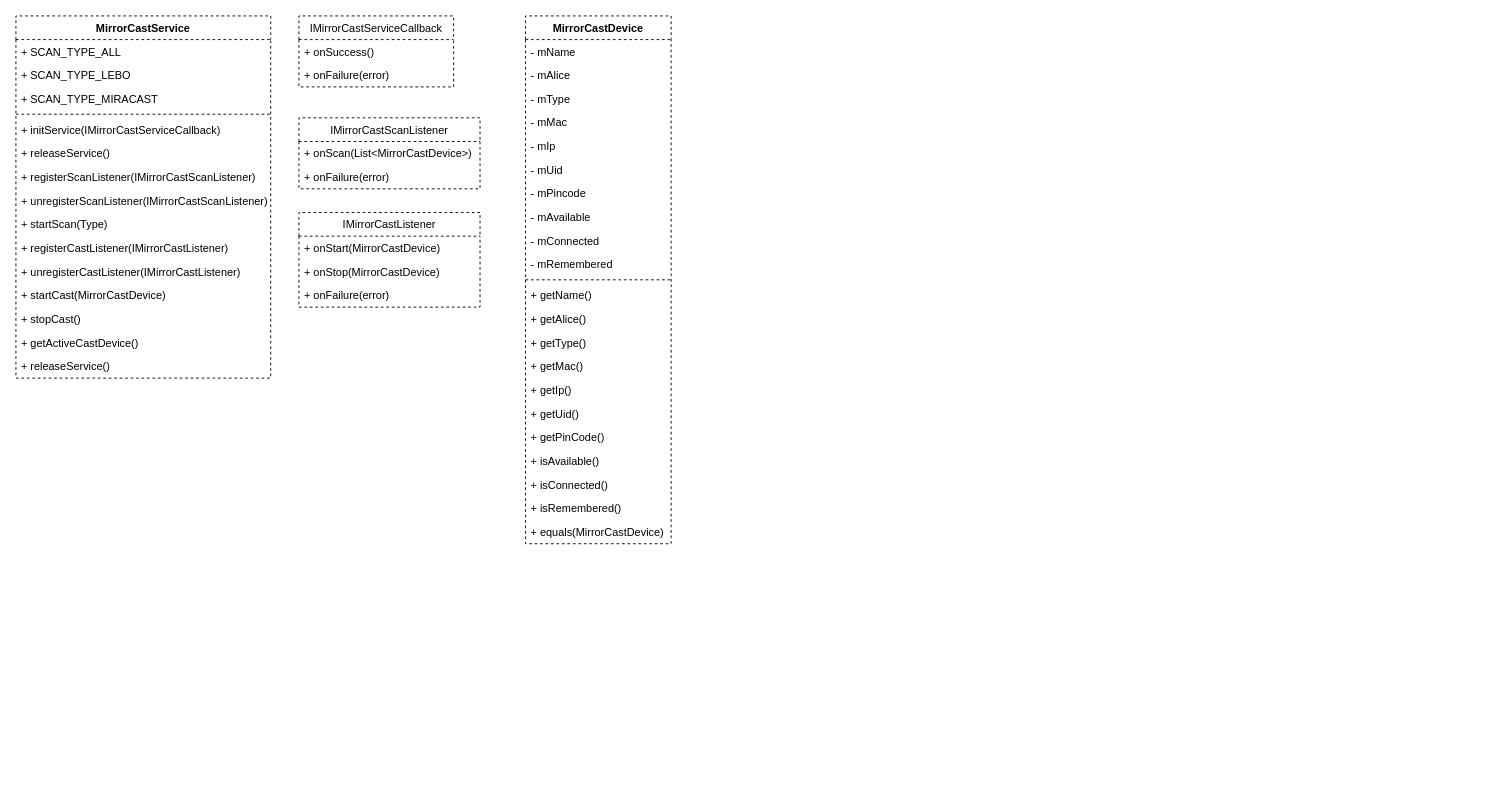
This is page "VR" (3 of 3) of cast.drawio from Sejutor/visio, a draw.io file, before an edit. Source tidied: cells renumbered, new cells numbered last; positions are measured from the earlier drawing's top-left corner, leaving out a move shared by most shapes. Both pictures are drawn from the tidied source at 91%, with x=0, y=0 at pixel (15, 15).
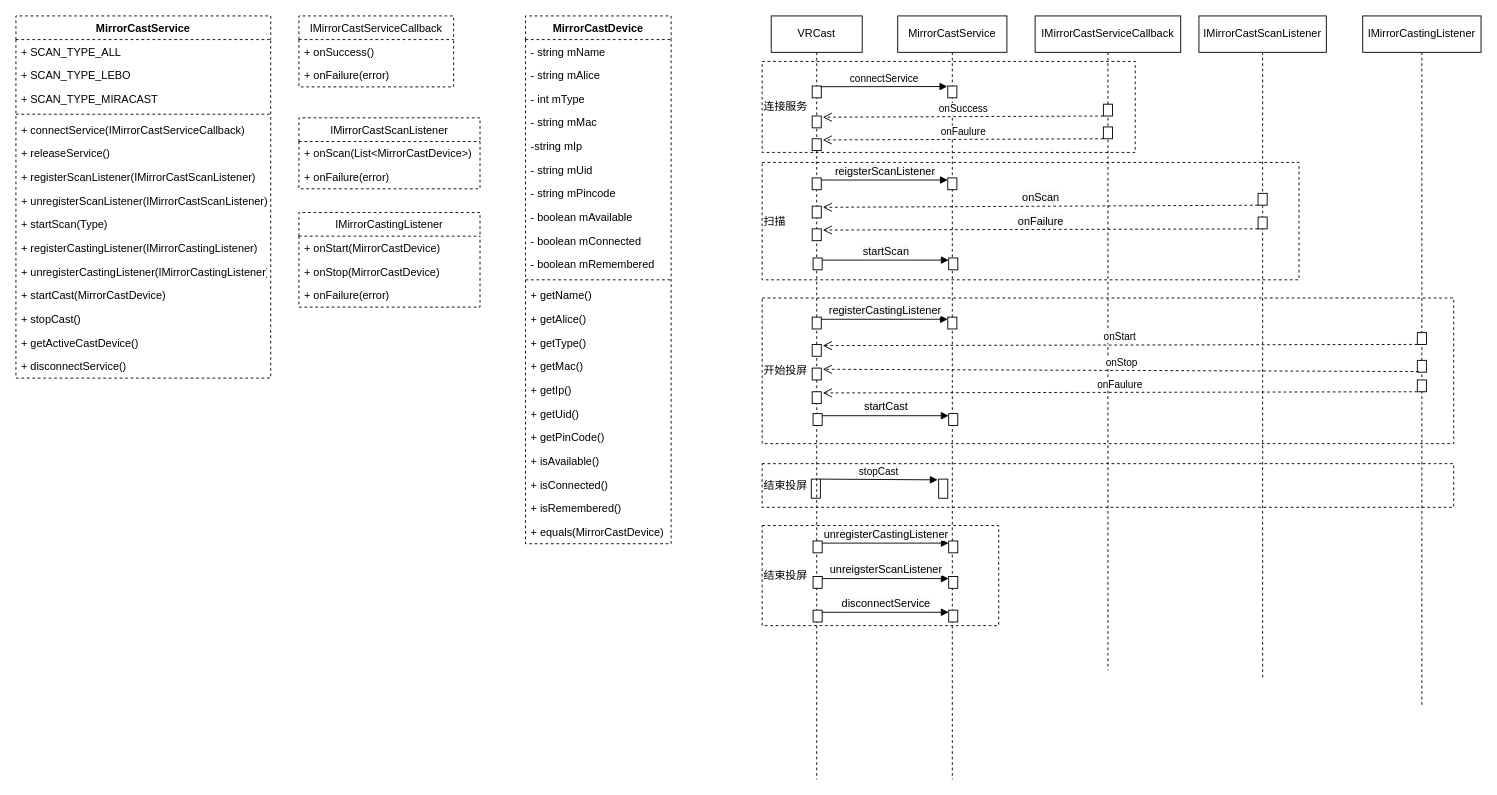
The same diagram, later.

The change refers to these unchanged cells:
```xml
<mxCell id="2" value="MirrorCastService" style="swimlane;fontStyle=1;align=center;verticalAlign=top;horizontal=1;startSize=26;dashed=1;" parent="1" vertex="1">
  <mxGeometry width="280" height="398" as="geometry" />
</mxCell>
<mxCell id="18" value="MirrorCastDevice" style="swimlane;fontStyle=1;align=center;verticalAlign=top;horizontal=1;startSize=26;dashed=1;" parent="1" vertex="1">
  <mxGeometry x="560" width="160" height="580" as="geometry" />
</mxCell>
```

Diff of the diagram source:
```diff
@@
+    <mxCell id="51" value="结束投屏" style="rounded=0;whiteSpace=wrap;html=1;dashed=1;align=left;" parent="1" vertex="1">
+      <mxGeometry x="820" y="560" width="260" height="110" as="geometry" />
+    </mxCell>
+    <mxCell id="52" value="连接服务" style="rounded=0;whiteSpace=wrap;html=1;dashed=1;align=left;" parent="1" vertex="1">
+      <mxGeometry x="820" y="50" width="410" height="100" as="geometry" />
+    </mxCell>
@@
-    <mxCell id="7" value="+ initService(IMirrorCastServiceCallback)" style="text;strokeColor=none;fillColor=none;align=left;verticalAlign=top;spacingLeft=4;spacingRight=4;overflow=hidden;dashed=1;" parent="2" vertex="1">
+    <mxCell id="7" value="+ connectService(IMirrorCastServiceCallback)" style="text;strokeColor=none;fillColor=none;align=left;verticalAlign=top;spacingLeft=4;spacingRight=4;overflow=hidden;dashed=1;" parent="2" vertex="1">
       <mxGeometry y="112" width="280" height="26" as="geometry" />
     </mxCell>
@@
-    <mxCell id="12" value="+ registerCastListener(IMirrorCastListener)" style="text;strokeColor=none;fillColor=none;align=left;verticalAlign=top;spacingLeft=4;spacingRight=4;overflow=hidden;dashed=1;" parent="2" vertex="1">
+    <mxCell id="12" value="+ registerCastingListener(IMirrorCastingListener)" style="text;strokeColor=none;fillColor=none;align=left;verticalAlign=top;spacingLeft=4;spacingRight=4;overflow=hidden;dashed=1;" parent="2" vertex="1">
       <mxGeometry y="242" width="280" height="26" as="geometry" />
     </mxCell>
-    <mxCell id="13" value="+ unregisterCastListener(IMirrorCastListener)" style="text;strokeColor=none;fillColor=none;align=left;verticalAlign=top;spacingLeft=4;spacingRight=4;overflow=hidden;dashed=1;" parent="2" vertex="1">
+    <mxCell id="13" value="+ unregisterCastingListener(IMirrorCastingListener)" style="text;strokeColor=none;fillColor=none;align=left;verticalAlign=top;spacingLeft=4;spacingRight=4;overflow=hidden;dashed=1;" parent="2" vertex="1">
       <mxGeometry y="268" width="280" height="26" as="geometry" />
     </mxCell>
@@
-    <mxCell id="17" value="+ releaseService()" style="text;strokeColor=none;fillColor=none;align=left;verticalAlign=top;spacingLeft=4;spacingRight=4;overflow=hidden;dashed=1;" parent="2" vertex="1">
+    <mxCell id="17" value="+ disconnectService()" style="text;strokeColor=none;fillColor=none;align=left;verticalAlign=top;spacingLeft=4;spacingRight=4;overflow=hidden;dashed=1;" parent="2" vertex="1">
       <mxGeometry y="372" width="280" height="26" as="geometry" />
     </mxCell>
@@
-    <mxCell id="19" value="- mName" style="text;strokeColor=none;fillColor=none;align=left;verticalAlign=top;spacingLeft=4;spacingRight=4;overflow=hidden;dashed=1;" parent="18" vertex="1">
+    <mxCell id="19" value="- string mName" style="text;strokeColor=none;fillColor=none;align=left;verticalAlign=top;spacingLeft=4;spacingRight=4;overflow=hidden;dashed=1;" parent="18" vertex="1">
       <mxGeometry y="26" width="160" height="26" as="geometry" />
     </mxCell>
-    <mxCell id="20" value="- mAlice" style="text;strokeColor=none;fillColor=none;align=left;verticalAlign=top;spacingLeft=4;spacingRight=4;overflow=hidden;dashed=1;" parent="18" vertex="1">
+    <mxCell id="20" value="- string mAlice" style="text;strokeColor=none;fillColor=none;align=left;verticalAlign=top;spacingLeft=4;spacingRight=4;overflow=hidden;dashed=1;" parent="18" vertex="1">
       <mxGeometry y="52" width="160" height="26" as="geometry" />
     </mxCell>
-    <mxCell id="21" value="- mType" style="text;strokeColor=none;fillColor=none;align=left;verticalAlign=top;spacingLeft=4;spacingRight=4;overflow=hidden;dashed=1;" parent="18" vertex="1">
+    <mxCell id="21" value="- int mType" style="text;strokeColor=none;fillColor=none;align=left;verticalAlign=top;spacingLeft=4;spacingRight=4;overflow=hidden;dashed=1;" parent="18" vertex="1">
       <mxGeometry y="78" width="160" height="26" as="geometry" />
     </mxCell>
-    <mxCell id="22" value="- mMac" style="text;strokeColor=none;fillColor=none;align=left;verticalAlign=top;spacingLeft=4;spacingRight=4;overflow=hidden;dashed=1;" parent="18" vertex="1">
+    <mxCell id="22" value="- string mMac" style="text;strokeColor=none;fillColor=none;align=left;verticalAlign=top;spacingLeft=4;spacingRight=4;overflow=hidden;dashed=1;" parent="18" vertex="1">
       <mxGeometry y="104" width="160" height="26" as="geometry" />
     </mxCell>
-    <mxCell id="23" value="- mIp" style="text;strokeColor=none;fillColor=none;align=left;verticalAlign=top;spacingLeft=4;spacingRight=4;overflow=hidden;dashed=1;" parent="18" vertex="1">
+    <mxCell id="23" value="-string mIp" style="text;strokeColor=none;fillColor=none;align=left;verticalAlign=top;spacingLeft=4;spacingRight=4;overflow=hidden;dashed=1;" parent="18" vertex="1">
       <mxGeometry y="130" width="160" height="26" as="geometry" />
     </mxCell>
-    <mxCell id="24" value="- mUid" style="text;strokeColor=none;fillColor=none;align=left;verticalAlign=top;spacingLeft=4;spacingRight=4;overflow=hidden;dashed=1;" parent="18" vertex="1">
+    <mxCell id="24" value="- string mUid" style="text;strokeColor=none;fillColor=none;align=left;verticalAlign=top;spacingLeft=4;spacingRight=4;overflow=hidden;dashed=1;" parent="18" vertex="1">
       <mxGeometry y="156" width="160" height="26" as="geometry" />
     </mxCell>
-    <mxCell id="25" value="- mPincode" style="text;strokeColor=none;fillColor=none;align=left;verticalAlign=top;spacingLeft=4;spacingRight=4;overflow=hidden;dashed=1;" parent="18" vertex="1">
+    <mxCell id="25" value="- string mPincode" style="text;strokeColor=none;fillColor=none;align=left;verticalAlign=top;spacingLeft=4;spacingRight=4;overflow=hidden;dashed=1;" parent="18" vertex="1">
       <mxGeometry y="182" width="160" height="26" as="geometry" />
     </mxCell>
-    <mxCell id="26" value="- mAvailable" style="text;strokeColor=none;fillColor=none;align=left;verticalAlign=top;spacingLeft=4;spacingRight=4;overflow=hidden;dashed=1;" parent="18" vertex="1">
+    <mxCell id="26" value="- boolean mAvailable" style="text;strokeColor=none;fillColor=none;align=left;verticalAlign=top;spacingLeft=4;spacingRight=4;overflow=hidden;dashed=1;" parent="18" vertex="1">
       <mxGeometry y="208" width="160" height="26" as="geometry" />
     </mxCell>
-    <mxCell id="27" value="- mConnected" style="text;strokeColor=none;fillColor=none;align=left;verticalAlign=top;spacingLeft=4;spacingRight=4;overflow=hidden;dashed=1;" parent="18" vertex="1">
+    <mxCell id="27" value="- boolean mConnected" style="text;strokeColor=none;fillColor=none;align=left;verticalAlign=top;spacingLeft=4;spacingRight=4;overflow=hidden;dashed=1;" parent="18" vertex="1">
       <mxGeometry y="234" width="160" height="26" as="geometry" />
     </mxCell>
-    <mxCell id="28" value="- mRemembered" style="text;strokeColor=none;fillColor=none;align=left;verticalAlign=top;spacingLeft=4;spacingRight=4;overflow=hidden;dashed=1;" parent="18" vertex="1">
+    <mxCell id="28" value="- boolean mRemembered" style="text;strokeColor=none;fillColor=none;align=left;verticalAlign=top;spacingLeft=4;spacingRight=4;overflow=hidden;dashed=1;" parent="18" vertex="1">
       <mxGeometry y="260" width="160" height="26" as="geometry" />
     </mxCell>
@@
-    <mxCell id="47" value="IMirrorCastListener" style="swimlane;fontStyle=0;horizontal=1;startSize=26;fillColor=none;dashed=1;" parent="1" vertex="1">
+    <mxCell id="47" value="IMirrorCastingListener" style="swimlane;fontStyle=0;horizontal=1;startSize=26;fillColor=none;dashed=1;" parent="1" vertex="1">
       <mxGeometry x="311" y="216" width="199" height="104" as="geometry" />
     </mxCell>
@@
+    <mxCell id="53" value="结束投屏" style="rounded=0;whiteSpace=wrap;html=1;dashed=1;align=left;" parent="1" vertex="1">
+      <mxGeometry x="820" y="492" width="760" height="48" as="geometry" />
+    </mxCell>
+    <mxCell id="54" value="开始投屏" style="rounded=0;whiteSpace=wrap;html=1;dashed=1;align=left;" parent="1" vertex="1">
+      <mxGeometry x="820" y="310" width="760" height="160" as="geometry" />
+    </mxCell>
+    <mxCell id="55" value="扫描" style="rounded=0;whiteSpace=wrap;html=1;dashed=1;align=left;" parent="1" vertex="1">
+      <mxGeometry x="820" y="161" width="590" height="129" as="geometry" />
+    </mxCell>
+    <mxCell id="56" value="&lt;span style=&quot;&quot;&gt;MirrorCastService&lt;/span&gt;" style="shape=umlLifeline;perimeter=lifelinePerimeter;whiteSpace=wrap;html=1;fontStyle=0;" parent="1" vertex="1">
+      <mxGeometry x="969" width="120" height="839" as="geometry" />
+    </mxCell>
+    <mxCell id="57" style="html=1;points=[];perimeter=orthogonalPerimeter;" parent="56" vertex="1">
+      <mxGeometry x="55" y="77" width="10" height="13" as="geometry" />
+    </mxCell>
+    <mxCell id="58" style="html=1;perimeter=orthogonalPerimeter;" parent="56" vertex="1">
+      <mxGeometry x="45" y="509" width="10" height="21" as="geometry" />
+    </mxCell>
+    <mxCell id="59" style="html=1;perimeter=orthogonalPerimeter;" parent="56" vertex="1">
+      <mxGeometry x="-95" y="509" width="10" height="21" as="geometry" />
+    </mxCell>
+    <mxCell id="60" value="stopCast" style="html=1;verticalAlign=bottom;endArrow=block;rounded=0;exitX=1.056;exitY=0.164;exitDx=0;exitDy=0;exitPerimeter=0;entryX=-0.051;entryY=0.219;entryDx=0;entryDy=0;entryPerimeter=0;" parent="56" edge="1">
+      <mxGeometry y="-1" relative="1" as="geometry">
+        <mxPoint x="-85" y="509" as="sourcePoint" />
+        <mxPoint x="43.9" y="509.8" as="targetPoint" />
+      </mxGeometry>
+    </mxCell>
+    <mxCell id="61" value="VRCast" style="shape=umlLifeline;perimeter=lifelinePerimeter;whiteSpace=wrap;html=1;" parent="1" vertex="1">
+      <mxGeometry x="830" width="100" height="839" as="geometry" />
+    </mxCell>
+    <mxCell id="62" style="html=1;points=[];perimeter=orthogonalPerimeter;" parent="61" vertex="1">
+      <mxGeometry x="45" y="77" width="10" height="13" as="geometry" />
+    </mxCell>
+    <mxCell id="63" style="html=1;perimeter=orthogonalPerimeter;" parent="61" vertex="1">
+      <mxGeometry x="45" y="110" width="10" height="13" as="geometry" />
+    </mxCell>
+    <mxCell id="64" value="connectService" style="html=1;verticalAlign=bottom;endArrow=block;rounded=0;exitX=0.95;exitY=0.06;exitDx=0;exitDy=0;exitPerimeter=0;entryX=-0.05;entryY=0.044;entryDx=0;entryDy=0;entryPerimeter=0;" parent="1" edge="1" source="62" target="57">
+      <mxGeometry relative="1" as="geometry" />
+    </mxCell>
+    <mxCell id="65" value="IMirrorCastServiceCallback" style="shape=umlLifeline;perimeter=lifelinePerimeter;whiteSpace=wrap;html=1;" parent="1" vertex="1">
+      <mxGeometry x="1120" width="160" height="719" as="geometry" />
+    </mxCell>
+    <mxCell id="66" value="onSuccess" style="html=1;verticalAlign=bottom;endArrow=open;dashed=1;endSize=8;rounded=0;entryX=1.158;entryY=0.126;entryDx=0;entryDy=0;entryPerimeter=0;startArrow=none;" parent="1" edge="1" source="74">
+      <mxGeometry relative="1" as="geometry">
+        <mxPoint x="886.6" y="111.3" as="targetPoint" />
+      </mxGeometry>
+    </mxCell>
+    <mxCell id="67" value="IMirrorCastScanListener" style="shape=umlLifeline;perimeter=lifelinePerimeter;whiteSpace=wrap;html=1;" parent="1" vertex="1">
+      <mxGeometry x="1300" width="140" height="729" as="geometry" />
+    </mxCell>
+    <mxCell id="68" style="html=1;points=[];perimeter=orthogonalPerimeter;" parent="67" vertex="1">
+      <mxGeometry x="65" y="195" width="10" height="13" as="geometry" />
+    </mxCell>
+    <mxCell id="69" style="html=1;points=[];perimeter=orthogonalPerimeter;" parent="67" vertex="1">
+      <mxGeometry x="65" y="221" width="10" height="13" as="geometry" />
+    </mxCell>
+    <mxCell id="70" value="IMirrorCastingListener" style="shape=umlLifeline;perimeter=lifelinePerimeter;whiteSpace=wrap;html=1;" parent="1" vertex="1">
+      <mxGeometry x="1480" width="130" height="759" as="geometry" />
+    </mxCell>
+    <mxCell id="71" style="html=1;points=[];perimeter=orthogonalPerimeter;" parent="70" vertex="1">
+      <mxGeometry x="60" y="348" width="10" height="13" as="geometry" />
+    </mxCell>
+    <mxCell id="72" style="html=1;points=[];perimeter=orthogonalPerimeter;" parent="70" vertex="1">
+      <mxGeometry x="60" y="378.5" width="10" height="13" as="geometry" />
+    </mxCell>
+    <mxCell id="73" style="html=1;points=[];perimeter=orthogonalPerimeter;" parent="70" vertex="1">
+      <mxGeometry x="60" y="400" width="10" height="13" as="geometry" />
+    </mxCell>
+    <mxCell id="74" style="html=1;points=[];perimeter=orthogonalPerimeter;" parent="1" vertex="1">
+      <mxGeometry x="1195" y="97" width="10" height="13" as="geometry" />
+    </mxCell>
+    <mxCell id="75" style="html=1;perimeter=orthogonalPerimeter;" parent="1" vertex="1">
+      <mxGeometry x="875" y="135" width="10" height="13" as="geometry" />
+    </mxCell>
+    <mxCell id="76" value="onFaulure" style="html=1;verticalAlign=bottom;endArrow=open;dashed=1;endSize=8;rounded=0;entryX=1.158;entryY=0.126;entryDx=0;entryDy=0;entryPerimeter=0;startArrow=none;" parent="1" edge="1" source="77">
+      <mxGeometry relative="1" as="geometry">
+        <mxPoint x="886.6" y="136.3" as="targetPoint" />
+      </mxGeometry>
+    </mxCell>
+    <mxCell id="77" style="html=1;points=[];perimeter=orthogonalPerimeter;" parent="1" vertex="1">
+      <mxGeometry x="1195" y="122" width="10" height="13" as="geometry" />
+    </mxCell>
+    <mxCell id="78" style="html=1;points=[];perimeter=orthogonalPerimeter;" parent="1" vertex="1">
+      <mxGeometry x="1024" y="178" width="10" height="13" as="geometry" />
+    </mxCell>
+    <mxCell id="79" style="html=1;points=[];perimeter=orthogonalPerimeter;" parent="1" vertex="1">
+      <mxGeometry x="875" y="178" width="10" height="13" as="geometry" />
+    </mxCell>
+    <mxCell id="80" style="html=1;perimeter=orthogonalPerimeter;" parent="1" vertex="1">
+      <mxGeometry x="875" y="209" width="10" height="13" as="geometry" />
+    </mxCell>
+    <mxCell id="81" value="&lt;span style=&quot;font-size: 12px ; text-align: left ; background-color: rgb(248 , 249 , 250)&quot;&gt;onScan&lt;/span&gt;" style="html=1;verticalAlign=bottom;endArrow=open;dashed=1;endSize=8;rounded=0;entryX=1.158;entryY=0.126;entryDx=0;entryDy=0;entryPerimeter=0;startArrow=none;" parent="1" edge="1" source="68">
+      <mxGeometry relative="1" as="geometry">
+        <mxPoint x="886.6" y="210.3" as="targetPoint" />
+      </mxGeometry>
+    </mxCell>
+    <mxCell id="82" style="html=1;perimeter=orthogonalPerimeter;" parent="1" vertex="1">
+      <mxGeometry x="875" y="234" width="10" height="13" as="geometry" />
+    </mxCell>
+    <mxCell id="83" value="&lt;span style=&quot;font-size: 12px ; text-align: left ; background-color: rgb(248 , 249 , 250)&quot;&gt;onFailure&lt;/span&gt;" style="html=1;verticalAlign=bottom;endArrow=open;dashed=1;endSize=8;rounded=0;entryX=1.158;entryY=0.126;entryDx=0;entryDy=0;entryPerimeter=0;startArrow=none;" parent="1" edge="1" source="69">
+      <mxGeometry relative="1" as="geometry">
+        <mxPoint x="886.6" y="235.3" as="targetPoint" />
+      </mxGeometry>
+    </mxCell>
+    <mxCell id="84" value="&lt;span style=&quot;font-size: 12px ; text-align: left ; background-color: rgb(248 , 249 , 250)&quot;&gt;reigsterScanListener&lt;/span&gt;" style="html=1;verticalAlign=bottom;endArrow=block;rounded=0;exitX=1;exitY=0.179;exitDx=0;exitDy=0;exitPerimeter=0;entryX=0;entryY=0.179;entryDx=0;entryDy=0;entryPerimeter=0;" parent="1" edge="1" source="79" target="78">
+      <mxGeometry relative="1" as="geometry" />
+    </mxCell>
+    <mxCell id="85" style="html=1;points=[];perimeter=orthogonalPerimeter;" parent="1" vertex="1">
+      <mxGeometry x="1025" y="653" width="10" height="13" as="geometry" />
+    </mxCell>
+    <mxCell id="86" style="html=1;points=[];perimeter=orthogonalPerimeter;" parent="1" vertex="1">
+      <mxGeometry x="876" y="653" width="10" height="13" as="geometry" />
+    </mxCell>
+    <mxCell id="87" value="&lt;span style=&quot;font-size: 12px ; text-align: left ; background-color: rgb(248 , 249 , 250)&quot;&gt;disconnectService&lt;/span&gt;" style="html=1;verticalAlign=bottom;endArrow=block;rounded=0;exitX=1;exitY=0.179;exitDx=0;exitDy=0;exitPerimeter=0;entryX=0;entryY=0.179;entryDx=0;entryDy=0;entryPerimeter=0;" parent="1" edge="1" source="86" target="85">
+      <mxGeometry relative="1" as="geometry" />
+    </mxCell>
+    <mxCell id="88" style="html=1;points=[];perimeter=orthogonalPerimeter;" parent="1" vertex="1">
+      <mxGeometry x="1025" y="266" width="10" height="13" as="geometry" />
+    </mxCell>
+    <mxCell id="89" style="html=1;points=[];perimeter=orthogonalPerimeter;" parent="1" vertex="1">
+      <mxGeometry x="876" y="266" width="10" height="13" as="geometry" />
+    </mxCell>
+    <mxCell id="90" value="&lt;span style=&quot;font-size: 12px ; text-align: left ; background-color: rgb(248 , 249 , 250)&quot;&gt;startScan&lt;/span&gt;" style="html=1;verticalAlign=bottom;endArrow=block;rounded=0;exitX=1;exitY=0.179;exitDx=0;exitDy=0;exitPerimeter=0;entryX=0;entryY=0.179;entryDx=0;entryDy=0;entryPerimeter=0;" parent="1" edge="1" source="89" target="88">
+      <mxGeometry relative="1" as="geometry" />
+    </mxCell>
+    <mxCell id="91" style="html=1;points=[];perimeter=orthogonalPerimeter;" parent="1" vertex="1">
+      <mxGeometry x="1024" y="331" width="10" height="13" as="geometry" />
+    </mxCell>
+    <mxCell id="92" style="html=1;points=[];perimeter=orthogonalPerimeter;" parent="1" vertex="1">
+      <mxGeometry x="875" y="331" width="10" height="13" as="geometry" />
+    </mxCell>
+    <mxCell id="93" value="&lt;span style=&quot;font-size: 12px ; text-align: left ; background-color: rgb(248 , 249 , 250)&quot;&gt;registerCastingListener&lt;/span&gt;" style="html=1;verticalAlign=bottom;endArrow=block;rounded=0;exitX=1;exitY=0.179;exitDx=0;exitDy=0;exitPerimeter=0;entryX=0;entryY=0.179;entryDx=0;entryDy=0;entryPerimeter=0;" parent="1" edge="1" source="92" target="91">
+      <mxGeometry relative="1" as="geometry" />
+    </mxCell>
+    <mxCell id="94" style="html=1;points=[];perimeter=orthogonalPerimeter;" parent="1" vertex="1">
+      <mxGeometry x="1025" y="437" width="10" height="13" as="geometry" />
+    </mxCell>
+    <mxCell id="95" style="html=1;points=[];perimeter=orthogonalPerimeter;" parent="1" vertex="1">
+      <mxGeometry x="876" y="437" width="10" height="13" as="geometry" />
+    </mxCell>
+    <mxCell id="96" value="&lt;span style=&quot;font-size: 12px ; text-align: left ; background-color: rgb(248 , 249 , 250)&quot;&gt;startCast&lt;/span&gt;" style="html=1;verticalAlign=bottom;endArrow=block;rounded=0;exitX=1;exitY=0.179;exitDx=0;exitDy=0;exitPerimeter=0;entryX=0;entryY=0.179;entryDx=0;entryDy=0;entryPerimeter=0;" parent="1" edge="1" source="95" target="94">
+      <mxGeometry relative="1" as="geometry" />
+    </mxCell>
+    <mxCell id="97" style="html=1;perimeter=orthogonalPerimeter;" parent="1" vertex="1">
+      <mxGeometry x="875" y="361" width="10" height="13" as="geometry" />
+    </mxCell>
+    <mxCell id="98" value="onStart" style="html=1;verticalAlign=bottom;endArrow=open;dashed=1;endSize=8;rounded=0;entryX=1.158;entryY=0.126;entryDx=0;entryDy=0;entryPerimeter=0;startArrow=none;" parent="1" edge="1" source="71">
+      <mxGeometry relative="1" as="geometry">
+        <mxPoint x="886.6" y="362.3" as="targetPoint" />
+      </mxGeometry>
+    </mxCell>
+    <mxCell id="99" style="html=1;perimeter=orthogonalPerimeter;" parent="1" vertex="1">
+      <mxGeometry x="875" y="413" width="10" height="13" as="geometry" />
+    </mxCell>
+    <mxCell id="100" value="onFaulure" style="html=1;verticalAlign=bottom;endArrow=open;dashed=1;endSize=8;rounded=0;entryX=1.158;entryY=0.126;entryDx=0;entryDy=0;entryPerimeter=0;startArrow=none;" parent="1" edge="1" source="73">
+      <mxGeometry relative="1" as="geometry">
+        <mxPoint x="886.6" y="414.3" as="targetPoint" />
+      </mxGeometry>
+    </mxCell>
+    <mxCell id="101" style="html=1;perimeter=orthogonalPerimeter;" parent="1" vertex="1">
+      <mxGeometry x="875" y="387" width="10" height="13" as="geometry" />
+    </mxCell>
+    <mxCell id="102" value="onStop" style="html=1;verticalAlign=bottom;endArrow=open;dashed=1;endSize=8;rounded=0;entryX=1.158;entryY=0.126;entryDx=0;entryDy=0;entryPerimeter=0;startArrow=none;exitX=0.157;exitY=0.947;exitDx=0;exitDy=0;exitPerimeter=0;" parent="1" edge="1" source="72">
+      <mxGeometry relative="1" as="geometry">
+        <mxPoint x="886.6" y="388.3" as="targetPoint" />
+      </mxGeometry>
+    </mxCell>
+    <mxCell id="103" style="html=1;points=[];perimeter=orthogonalPerimeter;" parent="1" vertex="1">
+      <mxGeometry x="1025" y="616" width="10" height="13" as="geometry" />
+    </mxCell>
+    <mxCell id="104" style="html=1;points=[];perimeter=orthogonalPerimeter;" parent="1" vertex="1">
+      <mxGeometry x="876" y="616" width="10" height="13" as="geometry" />
+    </mxCell>
+    <mxCell id="105" value="&lt;span style=&quot;font-size: 12px ; text-align: left ; background-color: rgb(248 , 249 , 250)&quot;&gt;unreigsterScanListener&lt;/span&gt;" style="html=1;verticalAlign=bottom;endArrow=block;rounded=0;exitX=1;exitY=0.179;exitDx=0;exitDy=0;exitPerimeter=0;entryX=0;entryY=0.179;entryDx=0;entryDy=0;entryPerimeter=0;" parent="1" edge="1" source="104" target="103">
+      <mxGeometry relative="1" as="geometry" />
+    </mxCell>
+    <mxCell id="106" style="html=1;points=[];perimeter=orthogonalPerimeter;" parent="1" vertex="1">
+      <mxGeometry x="1025" y="577" width="10" height="13" as="geometry" />
+    </mxCell>
+    <mxCell id="107" style="html=1;points=[];perimeter=orthogonalPerimeter;" parent="1" vertex="1">
+      <mxGeometry x="876" y="577" width="10" height="13" as="geometry" />
+    </mxCell>
+    <mxCell id="108" value="&lt;span style=&quot;font-size: 12px ; text-align: left ; background-color: rgb(248 , 249 , 250)&quot;&gt;unregisterCastingListener&lt;/span&gt;" style="html=1;verticalAlign=bottom;endArrow=block;rounded=0;exitX=1;exitY=0.179;exitDx=0;exitDy=0;exitPerimeter=0;entryX=0;entryY=0.179;entryDx=0;entryDy=0;entryPerimeter=0;" parent="1" edge="1" source="107" target="106">
+      <mxGeometry relative="1" as="geometry" />
+    </mxCell>
```
